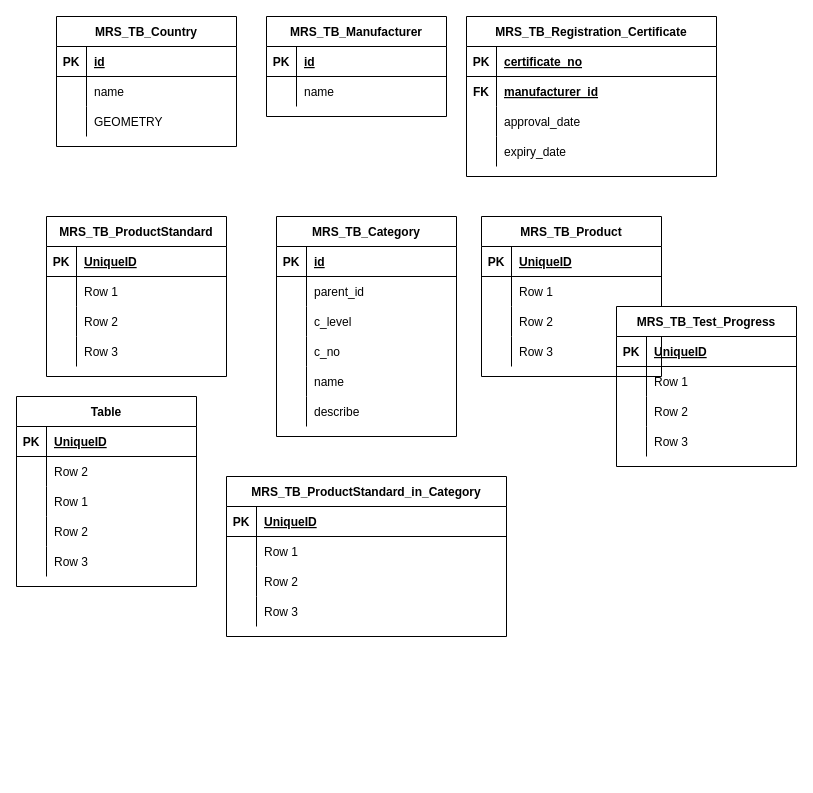
The draw.io diagram Paper Diagram.drawio in iotrobot/socket, before the edit. Source tidied: cells renumbered, new cells numbered last; positions are measured from the earlier drawing's top-left corner, leaving out a move shared by most shapes. Both pictures are drawn from the tidied source at 100%, with x=0, y=0 at pixel (16, 16).
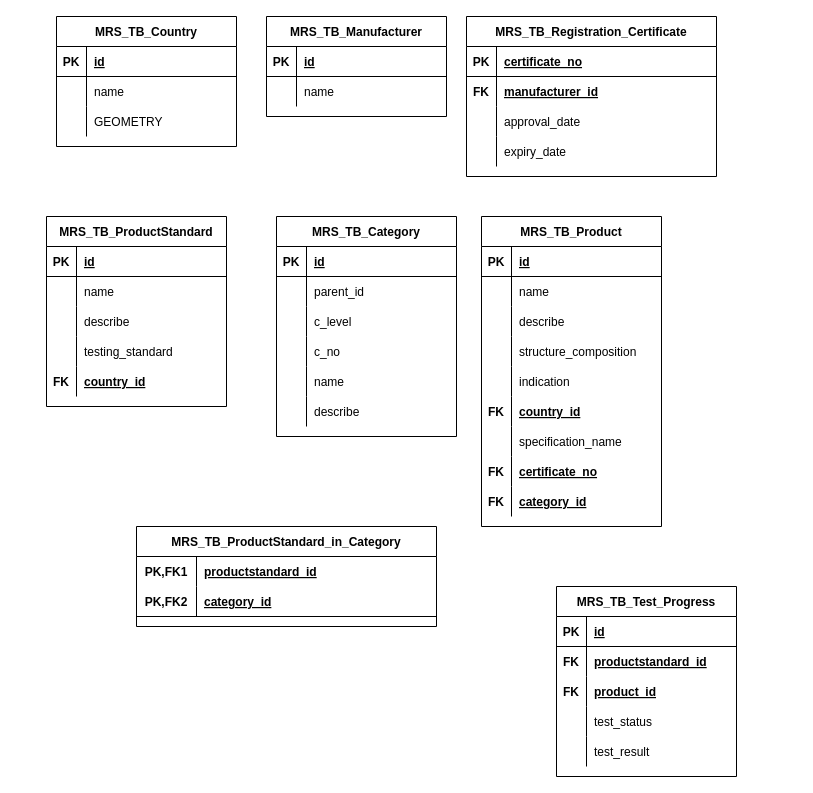
The same diagram, later.

The change refers to these unchanged cells:
```xml
<mxCell id="52" style="shape=tableRow;horizontal=0;startSize=0;swimlaneHead=0;swimlaneBody=0;fillColor=none;top=0;left=0;right=0;bottom=1;" parent="51" vertex="1">
  <mxGeometry y="30" width="180" height="30" as="geometry" />
</mxCell>
<mxCell id="55" style="shape=tableRow;horizontal=0;startSize=0;swimlaneHead=0;swimlaneBody=0;fillColor=none;top=0;left=0;right=0;bottom=0;" parent="51" vertex="1">
  <mxGeometry y="60" width="180" height="30" as="geometry" />
</mxCell>
<mxCell id="58" style="shape=tableRow;horizontal=0;startSize=0;swimlaneHead=0;swimlaneBody=0;fillColor=none;top=0;left=0;right=0;bottom=0;" parent="51" vertex="1">
  <mxGeometry y="90" width="180" height="30" as="geometry" />
</mxCell>
<mxCell id="61" style="shape=tableRow;horizontal=0;startSize=0;swimlaneHead=0;swimlaneBody=0;fillColor=none;top=0;left=0;right=0;bottom=0;" parent="51" vertex="1">
  <mxGeometry y="120" width="180" height="30" as="geometry" />
</mxCell>
<mxCell id="65" style="shape=tableRow;horizontal=0;startSize=0;swimlaneHead=0;swimlaneBody=0;fillColor=none;top=0;left=0;right=0;bottom=1;" parent="64" vertex="1">
  <mxGeometry y="30" width="180" height="30" as="geometry" />
</mxCell>
<mxCell id="68" style="shape=tableRow;horizontal=0;startSize=0;swimlaneHead=0;swimlaneBody=0;fillColor=none;top=0;left=0;right=0;bottom=0;" parent="64" vertex="1">
  <mxGeometry y="60" width="180" height="30" as="geometry" />
</mxCell>
<mxCell id="71" style="shape=tableRow;horizontal=0;startSize=0;swimlaneHead=0;swimlaneBody=0;fillColor=none;top=0;left=0;right=0;bottom=0;" parent="64" vertex="1">
  <mxGeometry y="90" width="180" height="30" as="geometry" />
</mxCell>
<mxCell id="74" style="shape=tableRow;horizontal=0;startSize=0;swimlaneHead=0;swimlaneBody=0;fillColor=none;top=0;left=0;right=0;bottom=0;" parent="64" vertex="1">
  <mxGeometry y="120" width="180" height="30" as="geometry" />
</mxCell>
<mxCell id="78" style="shape=tableRow;horizontal=0;startSize=0;swimlaneHead=0;swimlaneBody=0;fillColor=none;top=0;left=0;right=0;bottom=1;" parent="77" vertex="1">
  <mxGeometry y="30" width="180" height="30" as="geometry" />
</mxCell>
<mxCell id="81" style="shape=tableRow;horizontal=0;startSize=0;swimlaneHead=0;swimlaneBody=0;fillColor=none;top=0;left=0;right=0;bottom=0;" parent="77" vertex="1">
  <mxGeometry y="60" width="180" height="30" as="geometry" />
</mxCell>
<mxCell id="84" style="shape=tableRow;horizontal=0;startSize=0;swimlaneHead=0;swimlaneBody=0;fillColor=none;top=0;left=0;right=0;bottom=0;" parent="77" vertex="1">
  <mxGeometry y="90" width="180" height="30" as="geometry" />
</mxCell>
<mxCell id="87" style="shape=tableRow;horizontal=0;startSize=0;swimlaneHead=0;swimlaneBody=0;fillColor=none;top=0;left=0;right=0;bottom=0;" parent="77" vertex="1">
  <mxGeometry y="120" width="180" height="30" as="geometry" />
</mxCell>
```

The edit, as a diff of the source:
```diff
@@
     <mxCell id="51" value="MRS_TB_Product" style="shape=table;startSize=30;childLayout=tableLayout;rowLines=0;fontStyle=1;align=center;" parent="1" vertex="1">
-      <mxGeometry x="465" y="200" width="180" height="160" as="geometry" />
+      <mxGeometry x="465" y="200" width="180" height="310" as="geometry" />
     </mxCell>
@@
-    <mxCell id="54" value="UniqueID" style="shape=partialRectangle;fillColor=none;top=0;left=0;bottom=0;right=0;align=left;spacingLeft=6;fontStyle=5;overflow=hidden;" parent="52" vertex="1">
+    <mxCell id="54" value="id" style="shape=partialRectangle;fillColor=none;top=0;left=0;bottom=0;right=0;align=left;spacingLeft=6;fontStyle=5;overflow=hidden;" parent="52" vertex="1">
       <mxGeometry x="30" width="150" height="30" as="geometry" />
     </mxCell>
@@
-    <mxCell id="57" value="Row 1" style="shape=partialRectangle;fillColor=none;top=0;left=0;bottom=0;right=0;align=left;spacingLeft=6;overflow=hidden;" parent="55" vertex="1">
+    <mxCell id="57" value="name" style="shape=partialRectangle;fillColor=none;top=0;left=0;bottom=0;right=0;align=left;spacingLeft=6;overflow=hidden;" parent="55" vertex="1">
       <mxGeometry x="30" width="150" height="30" as="geometry" />
     </mxCell>
@@
-    <mxCell id="60" value="Row 2" style="shape=partialRectangle;fillColor=none;top=0;left=0;bottom=0;right=0;align=left;spacingLeft=6;overflow=hidden;" parent="58" vertex="1">
+    <mxCell id="60" value="describe" style="shape=partialRectangle;fillColor=none;top=0;left=0;bottom=0;right=0;align=left;spacingLeft=6;overflow=hidden;" parent="58" vertex="1">
       <mxGeometry x="30" width="150" height="30" as="geometry" />
     </mxCell>
@@
-    <mxCell id="63" value="Row 3" style="shape=partialRectangle;fillColor=none;top=0;left=0;bottom=0;right=0;align=left;spacingLeft=6;overflow=hidden;" parent="61" vertex="1">
+    <mxCell id="63" value="structure_composition" style="shape=partialRectangle;fillColor=none;top=0;left=0;bottom=0;right=0;align=left;spacingLeft=6;overflow=hidden;" parent="61" vertex="1">
       <mxGeometry x="30" width="150" height="30" as="geometry" />
     </mxCell>
+    <mxCell id="107" style="shape=tableRow;horizontal=0;startSize=0;swimlaneHead=0;swimlaneBody=0;fillColor=none;top=0;left=0;right=0;bottom=0;" parent="51" vertex="1">
+      <mxGeometry y="150" width="180" height="30" as="geometry" />
+    </mxCell>
+    <mxCell id="108" style="shape=partialRectangle;fillColor=none;top=0;left=0;bottom=0;right=0;overflow=hidden;" parent="107" vertex="1">
+      <mxGeometry width="30" height="30" as="geometry" />
+    </mxCell>
+    <mxCell id="109" value="indication" style="shape=partialRectangle;fillColor=none;top=0;left=0;bottom=0;right=0;align=left;spacingLeft=6;overflow=hidden;" parent="107" vertex="1">
+      <mxGeometry x="30" width="150" height="30" as="geometry" />
+    </mxCell>
+    <mxCell id="113" style="shape=tableRow;horizontal=0;startSize=0;swimlaneHead=0;swimlaneBody=0;fillColor=none;top=0;left=0;right=0;bottom=0;" parent="51" vertex="1">
+      <mxGeometry y="180" width="180" height="30" as="geometry" />
+    </mxCell>
+    <mxCell id="114" value="FK" style="shape=partialRectangle;fillColor=none;top=0;left=0;bottom=0;right=0;overflow=hidden;fontStyle=1;" parent="113" vertex="1">
+      <mxGeometry width="30" height="30" as="geometry" />
+    </mxCell>
+    <mxCell id="115" value="country_id" style="shape=partialRectangle;fillColor=none;top=0;left=0;bottom=0;right=0;align=left;spacingLeft=6;overflow=hidden;fontStyle=5;" parent="113" vertex="1">
+      <mxGeometry x="30" width="150" height="30" as="geometry" />
+    </mxCell>
+    <mxCell id="116" style="shape=tableRow;horizontal=0;startSize=0;swimlaneHead=0;swimlaneBody=0;fillColor=none;top=0;left=0;right=0;bottom=0;" parent="51" vertex="1">
+      <mxGeometry y="210" width="180" height="30" as="geometry" />
+    </mxCell>
+    <mxCell id="117" style="shape=partialRectangle;fillColor=none;top=0;left=0;bottom=0;right=0;overflow=hidden;" parent="116" vertex="1">
+      <mxGeometry width="30" height="30" as="geometry" />
+    </mxCell>
+    <mxCell id="118" value="specification_name" style="shape=partialRectangle;fillColor=none;top=0;left=0;bottom=0;right=0;align=left;spacingLeft=6;overflow=hidden;" parent="116" vertex="1">
+      <mxGeometry x="30" width="150" height="30" as="geometry" />
+    </mxCell>
+    <mxCell id="119" style="shape=tableRow;horizontal=0;startSize=0;swimlaneHead=0;swimlaneBody=0;fillColor=none;top=0;left=0;right=0;bottom=0;" parent="51" vertex="1">
+      <mxGeometry y="240" width="180" height="30" as="geometry" />
+    </mxCell>
+    <mxCell id="120" value="FK" style="shape=partialRectangle;fillColor=none;top=0;left=0;bottom=0;right=0;overflow=hidden;fontStyle=1;" parent="119" vertex="1">
+      <mxGeometry width="30" height="30" as="geometry" />
+    </mxCell>
+    <mxCell id="121" value="certificate_no" style="shape=partialRectangle;fillColor=none;top=0;left=0;bottom=0;right=0;align=left;spacingLeft=6;overflow=hidden;fontStyle=5;" parent="119" vertex="1">
+      <mxGeometry x="30" width="150" height="30" as="geometry" />
+    </mxCell>
+    <mxCell id="122" style="shape=tableRow;horizontal=0;startSize=0;swimlaneHead=0;swimlaneBody=0;fillColor=none;top=0;left=0;right=0;bottom=0;" parent="51" vertex="1">
+      <mxGeometry y="270" width="180" height="30" as="geometry" />
+    </mxCell>
+    <mxCell id="123" value="FK" style="shape=partialRectangle;fillColor=none;top=0;left=0;bottom=0;right=0;overflow=hidden;fontStyle=1;" parent="122" vertex="1">
+      <mxGeometry width="30" height="30" as="geometry" />
+    </mxCell>
+    <mxCell id="124" value="category_id" style="shape=partialRectangle;fillColor=none;top=0;left=0;bottom=0;right=0;align=left;spacingLeft=6;overflow=hidden;fontStyle=5;" parent="122" vertex="1">
+      <mxGeometry x="30" width="150" height="30" as="geometry" />
+    </mxCell>
     <mxCell id="64" value="MRS_TB_ProductStandard" style="shape=table;startSize=30;childLayout=tableLayout;rowLines=0;fontStyle=1;align=center;" parent="1" vertex="1">
-      <mxGeometry x="30" y="200" width="180" height="160" as="geometry" />
+      <mxGeometry x="30" y="200" width="180" height="190" as="geometry" />
     </mxCell>
@@
-    <mxCell id="67" value="UniqueID" style="shape=partialRectangle;fillColor=none;top=0;left=0;bottom=0;right=0;align=left;spacingLeft=6;fontStyle=5;overflow=hidden;" parent="65" vertex="1">
+    <mxCell id="67" value="id" style="shape=partialRectangle;fillColor=none;top=0;left=0;bottom=0;right=0;align=left;spacingLeft=6;fontStyle=5;overflow=hidden;" parent="65" vertex="1">
       <mxGeometry x="30" width="150" height="30" as="geometry" />
     </mxCell>
@@
-    <mxCell id="70" value="Row 1" style="shape=partialRectangle;fillColor=none;top=0;left=0;bottom=0;right=0;align=left;spacingLeft=6;overflow=hidden;" parent="68" vertex="1">
+    <mxCell id="70" value="name" style="shape=partialRectangle;fillColor=none;top=0;left=0;bottom=0;right=0;align=left;spacingLeft=6;overflow=hidden;" parent="68" vertex="1">
       <mxGeometry x="30" width="150" height="30" as="geometry" />
     </mxCell>
@@
-    <mxCell id="73" value="Row 2" style="shape=partialRectangle;fillColor=none;top=0;left=0;bottom=0;right=0;align=left;spacingLeft=6;overflow=hidden;" parent="71" vertex="1">
+    <mxCell id="73" value="describe" style="shape=partialRectangle;fillColor=none;top=0;left=0;bottom=0;right=0;align=left;spacingLeft=6;overflow=hidden;" parent="71" vertex="1">
       <mxGeometry x="30" width="150" height="30" as="geometry" />
     </mxCell>
@@
-    <mxCell id="76" value="Row 3" style="shape=partialRectangle;fillColor=none;top=0;left=0;bottom=0;right=0;align=left;spacingLeft=6;overflow=hidden;" parent="74" vertex="1">
+    <mxCell id="76" value="testing_standard" style="shape=partialRectangle;fillColor=none;top=0;left=0;bottom=0;right=0;align=left;spacingLeft=6;overflow=hidden;" parent="74" vertex="1">
       <mxGeometry x="30" width="150" height="30" as="geometry" />
     </mxCell>
+    <mxCell id="110" style="shape=tableRow;horizontal=0;startSize=0;swimlaneHead=0;swimlaneBody=0;fillColor=none;top=0;left=0;right=0;bottom=0;" parent="64" vertex="1">
+      <mxGeometry y="150" width="180" height="30" as="geometry" />
+    </mxCell>
+    <mxCell id="111" value="FK" style="shape=partialRectangle;fillColor=none;top=0;left=0;bottom=0;right=0;overflow=hidden;fontStyle=1;" parent="110" vertex="1">
+      <mxGeometry width="30" height="30" as="geometry" />
+    </mxCell>
+    <mxCell id="112" value="country_id" style="shape=partialRectangle;fillColor=none;top=0;left=0;bottom=0;right=0;align=left;spacingLeft=6;overflow=hidden;fontStyle=5;" parent="110" vertex="1">
+      <mxGeometry x="30" width="150" height="30" as="geometry" />
+    </mxCell>
     <mxCell id="77" value="MRS_TB_Test_Progress" style="shape=table;startSize=30;childLayout=tableLayout;rowLines=0;fontStyle=1;align=center;" parent="1" vertex="1">
-      <mxGeometry x="600" y="290" width="180" height="160" as="geometry" />
+      <mxGeometry x="540" y="570" width="180" height="190" as="geometry" />
     </mxCell>
@@
-    <mxCell id="80" value="UniqueID" style="shape=partialRectangle;fillColor=none;top=0;left=0;bottom=0;right=0;align=left;spacingLeft=6;fontStyle=5;overflow=hidden;" parent="78" vertex="1">
+    <mxCell id="80" value="id" style="shape=partialRectangle;fillColor=none;top=0;left=0;bottom=0;right=0;align=left;spacingLeft=6;fontStyle=5;overflow=hidden;" parent="78" vertex="1">
       <mxGeometry x="30" width="150" height="30" as="geometry" />
     </mxCell>
@@
-    <mxCell id="82" style="shape=partialRectangle;fillColor=none;top=0;left=0;bottom=0;right=0;overflow=hidden;" parent="81" vertex="1">
+    <mxCell id="82" value="FK" style="shape=partialRectangle;fillColor=none;top=0;left=0;bottom=0;right=0;overflow=hidden;fontStyle=1;" parent="81" vertex="1">
       <mxGeometry width="30" height="30" as="geometry" />
     </mxCell>
-    <mxCell id="83" value="Row 1" style="shape=partialRectangle;fillColor=none;top=0;left=0;bottom=0;right=0;align=left;spacingLeft=6;overflow=hidden;" parent="81" vertex="1">
+    <mxCell id="83" value="productstandard_id" style="shape=partialRectangle;fillColor=none;top=0;left=0;bottom=0;right=0;align=left;spacingLeft=6;overflow=hidden;fontStyle=5;" parent="81" vertex="1">
       <mxGeometry x="30" width="150" height="30" as="geometry" />
     </mxCell>
@@
-    <mxCell id="85" style="shape=partialRectangle;fillColor=none;top=0;left=0;bottom=0;right=0;overflow=hidden;" parent="84" vertex="1">
+    <mxCell id="85" value="FK" style="shape=partialRectangle;fillColor=none;top=0;left=0;bottom=0;right=0;overflow=hidden;fontStyle=1;" parent="84" vertex="1">
       <mxGeometry width="30" height="30" as="geometry" />
     </mxCell>
-    <mxCell id="86" value="Row 2" style="shape=partialRectangle;fillColor=none;top=0;left=0;bottom=0;right=0;align=left;spacingLeft=6;overflow=hidden;" parent="84" vertex="1">
+    <mxCell id="86" value="product_id" style="shape=partialRectangle;fillColor=none;top=0;left=0;bottom=0;right=0;align=left;spacingLeft=6;overflow=hidden;fontStyle=5;" parent="84" vertex="1">
       <mxGeometry x="30" width="150" height="30" as="geometry" />
     </mxCell>
@@
-    <mxCell id="89" value="Row 3" style="shape=partialRectangle;fillColor=none;top=0;left=0;bottom=0;right=0;align=left;spacingLeft=6;overflow=hidden;" parent="87" vertex="1">
+    <mxCell id="89" value="test_status" style="shape=partialRectangle;fillColor=none;top=0;left=0;bottom=0;right=0;align=left;spacingLeft=6;overflow=hidden;" parent="87" vertex="1">
       <mxGeometry x="30" width="150" height="30" as="geometry" />
     </mxCell>
+    <mxCell id="125" style="shape=tableRow;horizontal=0;startSize=0;swimlaneHead=0;swimlaneBody=0;fillColor=none;top=0;left=0;right=0;bottom=0;" parent="77" vertex="1">
+      <mxGeometry y="150" width="180" height="30" as="geometry" />
+    </mxCell>
+    <mxCell id="126" style="shape=partialRectangle;fillColor=none;top=0;left=0;bottom=0;right=0;overflow=hidden;" parent="125" vertex="1">
+      <mxGeometry width="30" height="30" as="geometry" />
+    </mxCell>
+    <mxCell id="127" value="test_result" style="shape=partialRectangle;fillColor=none;top=0;left=0;bottom=0;right=0;align=left;spacingLeft=6;overflow=hidden;" parent="125" vertex="1">
+      <mxGeometry x="30" width="150" height="30" as="geometry" />
+    </mxCell>
     <mxCell id="90" value="MRS_TB_ProductStandard_in_Category" style="shape=table;startSize=30;childLayout=tableLayout;rowLines=0;fontStyle=1;align=center;" parent="1" vertex="1">
-      <mxGeometry x="210" y="460" width="280" height="160" as="geometry" />
+      <mxGeometry x="120" y="510" width="300" height="100" as="geometry" />
     </mxCell>
-    <mxCell id="91" style="shape=tableRow;horizontal=0;startSize=0;swimlaneHead=0;swimlaneBody=0;fillColor=none;top=0;left=0;right=0;bottom=1;" parent="90" vertex="1">
-      <mxGeometry y="30" width="280" height="30" as="geometry" />
-    </mxCell>
-    <mxCell id="92" value="PK" style="shape=partialRectangle;fillColor=none;top=0;left=0;bottom=0;right=0;fontStyle=1;overflow=hidden;" parent="91" vertex="1">
-      <mxGeometry width="30" height="30" as="geometry" />
-    </mxCell>
-    <mxCell id="93" value="UniqueID" style="shape=partialRectangle;fillColor=none;top=0;left=0;bottom=0;right=0;align=left;spacingLeft=6;fontStyle=5;overflow=hidden;" parent="91" vertex="1">
-      <mxGeometry x="30" width="250" height="30" as="geometry" />
-    </mxCell>
-    <mxCell id="94" style="shape=tableRow;horizontal=0;startSize=0;swimlaneHead=0;swimlaneBody=0;fillColor=none;top=0;left=0;right=0;bottom=0;" parent="90" vertex="1">
-      <mxGeometry y="60" width="280" height="30" as="geometry" />
-    </mxCell>
-    <mxCell id="95" style="shape=partialRectangle;fillColor=none;top=0;left=0;bottom=0;right=0;overflow=hidden;" parent="94" vertex="1">
-      <mxGeometry width="30" height="30" as="geometry" />
-    </mxCell>
-    <mxCell id="96" value="Row 1" style="shape=partialRectangle;fillColor=none;top=0;left=0;bottom=0;right=0;align=left;spacingLeft=6;overflow=hidden;" parent="94" vertex="1">
-      <mxGeometry x="30" width="250" height="30" as="geometry" />
-    </mxCell>
-    <mxCell id="97" style="shape=tableRow;horizontal=0;startSize=0;swimlaneHead=0;swimlaneBody=0;fillColor=none;top=0;left=0;right=0;bottom=0;" parent="90" vertex="1">
-      <mxGeometry y="90" width="280" height="30" as="geometry" />
-    </mxCell>
-    <mxCell id="98" style="shape=partialRectangle;fillColor=none;top=0;left=0;bottom=0;right=0;overflow=hidden;" parent="97" vertex="1">
-      <mxGeometry width="30" height="30" as="geometry" />
-    </mxCell>
-    <mxCell id="99" value="Row 2" style="shape=partialRectangle;fillColor=none;top=0;left=0;bottom=0;right=0;align=left;spacingLeft=6;overflow=hidden;" parent="97" vertex="1">
-      <mxGeometry x="30" width="250" height="30" as="geometry" />
-    </mxCell>
-    <mxCell id="100" style="shape=tableRow;horizontal=0;startSize=0;swimlaneHead=0;swimlaneBody=0;fillColor=none;top=0;left=0;right=0;bottom=0;" parent="90" vertex="1">
-      <mxGeometry y="120" width="280" height="30" as="geometry" />
-    </mxCell>
-    <mxCell id="101" style="shape=partialRectangle;fillColor=none;top=0;left=0;bottom=0;right=0;overflow=hidden;" parent="100" vertex="1">
-      <mxGeometry width="30" height="30" as="geometry" />
-    </mxCell>
-    <mxCell id="102" value="Row 3" style="shape=partialRectangle;fillColor=none;top=0;left=0;bottom=0;right=0;align=left;spacingLeft=6;overflow=hidden;" parent="100" vertex="1">
-      <mxGeometry x="30" width="250" height="30" as="geometry" />
-    </mxCell>
-    <mxCell id="103" value="Table" style="shape=table;startSize=30;childLayout=tableLayout;rowLines=0;fontStyle=1;align=center;" parent="1" vertex="1">
-      <mxGeometry y="380" width="180" height="190" as="geometry" />
-    </mxCell>
-    <mxCell id="104" style="shape=tableRow;horizontal=0;startSize=0;swimlaneHead=0;swimlaneBody=0;fillColor=none;top=0;left=0;right=0;bottom=1;" parent="103" vertex="1">
-      <mxGeometry y="30" width="180" height="30" as="geometry" />
-    </mxCell>
-    <mxCell id="105" value="PK" style="shape=partialRectangle;fillColor=none;top=0;left=0;bottom=0;right=0;fontStyle=1;overflow=hidden;" parent="104" vertex="1">
-      <mxGeometry width="30" height="30" as="geometry" />
-    </mxCell>
-    <mxCell id="106" value="UniqueID" style="shape=partialRectangle;fillColor=none;top=0;left=0;bottom=0;right=0;align=left;spacingLeft=6;fontStyle=5;overflow=hidden;" parent="104" vertex="1">
-      <mxGeometry x="30" width="150" height="30" as="geometry" />
-    </mxCell>
-    <mxCell id="107" style="shape=tableRow;horizontal=0;startSize=0;swimlaneHead=0;swimlaneBody=0;fillColor=none;top=0;left=0;right=0;bottom=0;" parent="103" vertex="1">
-      <mxGeometry y="60" width="180" height="30" as="geometry" />
-    </mxCell>
-    <mxCell id="108" style="shape=partialRectangle;fillColor=none;top=0;left=0;bottom=0;right=0;overflow=hidden;" parent="107" vertex="1">
-      <mxGeometry width="30" height="30" as="geometry" />
-    </mxCell>
-    <mxCell id="109" value="Row 2" style="shape=partialRectangle;fillColor=none;top=0;left=0;bottom=0;right=0;align=left;spacingLeft=6;overflow=hidden;" parent="107" vertex="1">
-      <mxGeometry x="30" width="150" height="30" as="geometry" />
-    </mxCell>
-    <mxCell id="110" style="shape=tableRow;horizontal=0;startSize=0;swimlaneHead=0;swimlaneBody=0;fillColor=none;top=0;left=0;right=0;bottom=0;" parent="103" vertex="1">
-      <mxGeometry y="90" width="180" height="30" as="geometry" />
-    </mxCell>
-    <mxCell id="111" style="shape=partialRectangle;fillColor=none;top=0;left=0;bottom=0;right=0;overflow=hidden;" parent="110" vertex="1">
-      <mxGeometry width="30" height="30" as="geometry" />
-    </mxCell>
-    <mxCell id="112" value="Row 1" style="shape=partialRectangle;fillColor=none;top=0;left=0;bottom=0;right=0;align=left;spacingLeft=6;overflow=hidden;" parent="110" vertex="1">
-      <mxGeometry x="30" width="150" height="30" as="geometry" />
-    </mxCell>
-    <mxCell id="113" style="shape=tableRow;horizontal=0;startSize=0;swimlaneHead=0;swimlaneBody=0;fillColor=none;top=0;left=0;right=0;bottom=0;" parent="103" vertex="1">
-      <mxGeometry y="120" width="180" height="30" as="geometry" />
-    </mxCell>
-    <mxCell id="114" style="shape=partialRectangle;fillColor=none;top=0;left=0;bottom=0;right=0;overflow=hidden;" parent="113" vertex="1">
-      <mxGeometry width="30" height="30" as="geometry" />
-    </mxCell>
-    <mxCell id="115" value="Row 2" style="shape=partialRectangle;fillColor=none;top=0;left=0;bottom=0;right=0;align=left;spacingLeft=6;overflow=hidden;" parent="113" vertex="1">
-      <mxGeometry x="30" width="150" height="30" as="geometry" />
-    </mxCell>
-    <mxCell id="116" style="shape=tableRow;horizontal=0;startSize=0;swimlaneHead=0;swimlaneBody=0;fillColor=none;top=0;left=0;right=0;bottom=0;" parent="103" vertex="1">
-      <mxGeometry y="150" width="180" height="30" as="geometry" />
-    </mxCell>
-    <mxCell id="117" style="shape=partialRectangle;fillColor=none;top=0;left=0;bottom=0;right=0;overflow=hidden;" parent="116" vertex="1">
-      <mxGeometry width="30" height="30" as="geometry" />
-    </mxCell>
-    <mxCell id="118" value="Row 3" style="shape=partialRectangle;fillColor=none;top=0;left=0;bottom=0;right=0;align=left;spacingLeft=6;overflow=hidden;" parent="116" vertex="1">
-      <mxGeometry x="30" width="150" height="30" as="geometry" />
-    </mxCell>
+    <mxCell id="128" style="shape=tableRow;horizontal=0;startSize=0;swimlaneHead=0;swimlaneBody=0;fillColor=none;top=0;left=0;right=0;bottom=0;" parent="90" vertex="1">
+      <mxGeometry y="30" width="300" height="30" as="geometry" />
+    </mxCell>
+    <mxCell id="129" value="PK,FK1" style="shape=partialRectangle;fillColor=none;top=0;left=0;bottom=0;right=0;fontStyle=1;overflow=hidden;" parent="128" vertex="1">
+      <mxGeometry width="60" height="30" as="geometry" />
+    </mxCell>
+    <mxCell id="130" value="productstandard_id" style="shape=partialRectangle;fillColor=none;top=0;left=0;bottom=0;right=0;align=left;spacingLeft=6;fontStyle=5;overflow=hidden;" parent="128" vertex="1">
+      <mxGeometry x="60" width="240" height="30" as="geometry" />
+    </mxCell>
+    <mxCell id="131" style="shape=tableRow;horizontal=0;startSize=0;swimlaneHead=0;swimlaneBody=0;fillColor=none;top=0;left=0;right=0;bottom=1;" parent="90" vertex="1">
+      <mxGeometry y="60" width="300" height="30" as="geometry" />
+    </mxCell>
+    <mxCell id="132" value="PK,FK2" style="shape=partialRectangle;fillColor=none;top=0;left=0;bottom=0;right=0;fontStyle=1;overflow=hidden;" parent="131" vertex="1">
+      <mxGeometry width="60" height="30" as="geometry" />
+    </mxCell>
+    <mxCell id="133" value="category_id" style="shape=partialRectangle;fillColor=none;top=0;left=0;bottom=0;right=0;align=left;spacingLeft=6;fontStyle=5;overflow=hidden;" parent="131" vertex="1">
+      <mxGeometry x="60" width="240" height="30" as="geometry" />
+    </mxCell>
```
